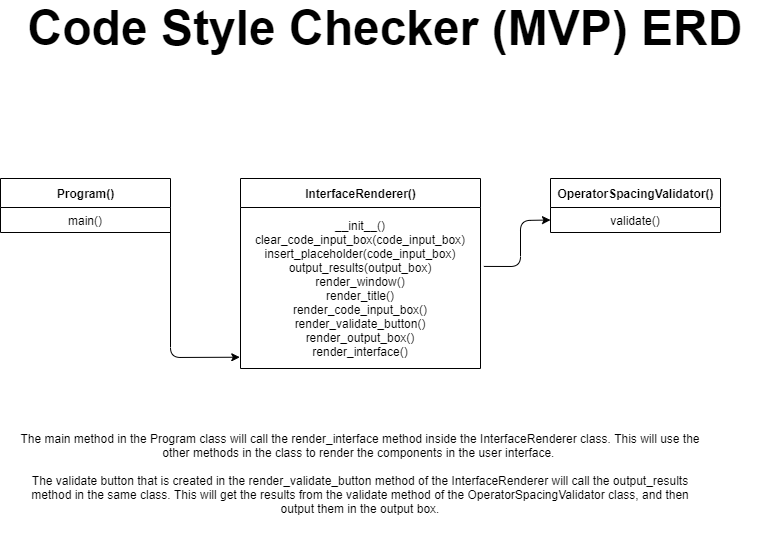
Before: Design/Code Style Checker ERD.png, a diagram exported from draw.io (cBridges851/code-style-checker). Source tidied: cells renumbered, new cells last; positions are measured from the earlier drawing's top-left corner, leaving out a move shared by most shapes.
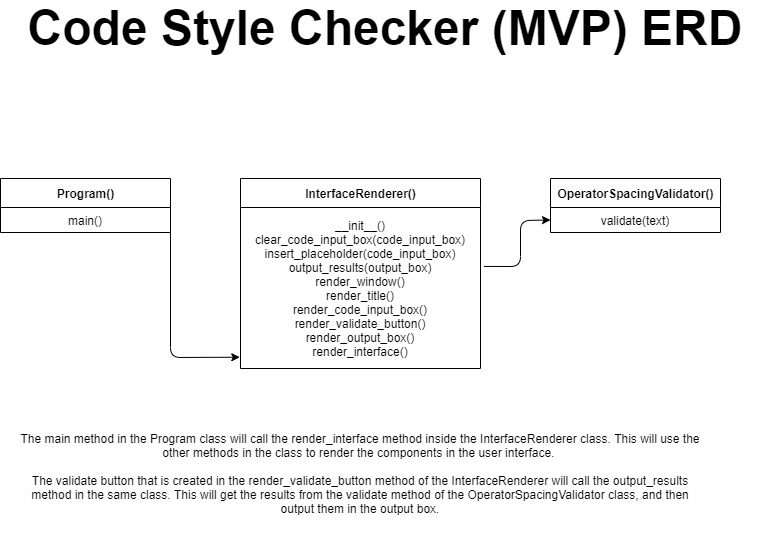
After the change.

Diff of the diagram source:
```diff
@@ -20,7 +20,7 @@
     <mxCell id="7" value="OperatorSpacingValidator()" style="swimlane;fontStyle=1;align=center;verticalAlign=middle;horizontal=1;startSize=29;html=1;" parent="1" vertex="1">
       <mxGeometry x="550" y="160" width="170" height="54" as="geometry" />
     </mxCell>
-    <mxCell id="8" value="validate()" style="text;html=1;strokeColor=none;fillColor=none;align=center;verticalAlign=middle;spacingLeft=4;spacingRight=4;overflow=hidden;points=[[0,0.5],[1,0.5]];portConstraint=eastwest;" parent="7" vertex="1">
+    <mxCell id="8" value="validate(text)" style="text;html=1;strokeColor=none;fillColor=none;align=center;verticalAlign=middle;spacingLeft=4;spacingRight=4;overflow=hidden;points=[[0,0.5],[1,0.5]];portConstraint=eastwest;" parent="7" vertex="1">
       <mxGeometry y="29" width="170" height="25" as="geometry" />
     </mxCell>
     <mxCell id="9" style="endArrow=classic;html=1;exitX=1;exitY=0.5;exitDx=0;exitDy=0;entryX=-0.003;entryY=0.93;entryDx=0;entryDy=0;entryPerimeter=0;" parent="1" edge="1" source="3" target="6">
```
